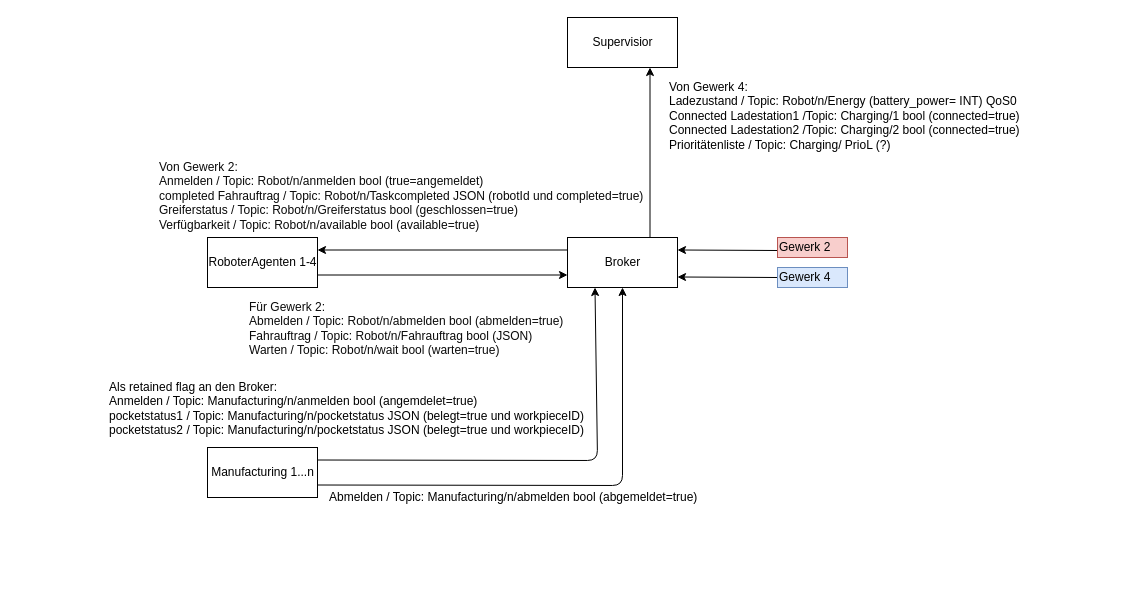
Above: Planung/MQTT.drawio in Nuramon4/Gewerk1 (draw.io), before the change. Source tidied: cells renumbered, new cells numbered last; positions are measured from the earlier drawing's top-left corner, leaving out a move shared by most shapes. Both pictures are drawn from the tidied source at 100%, with x=0, y=0 at pixel (107, 17).
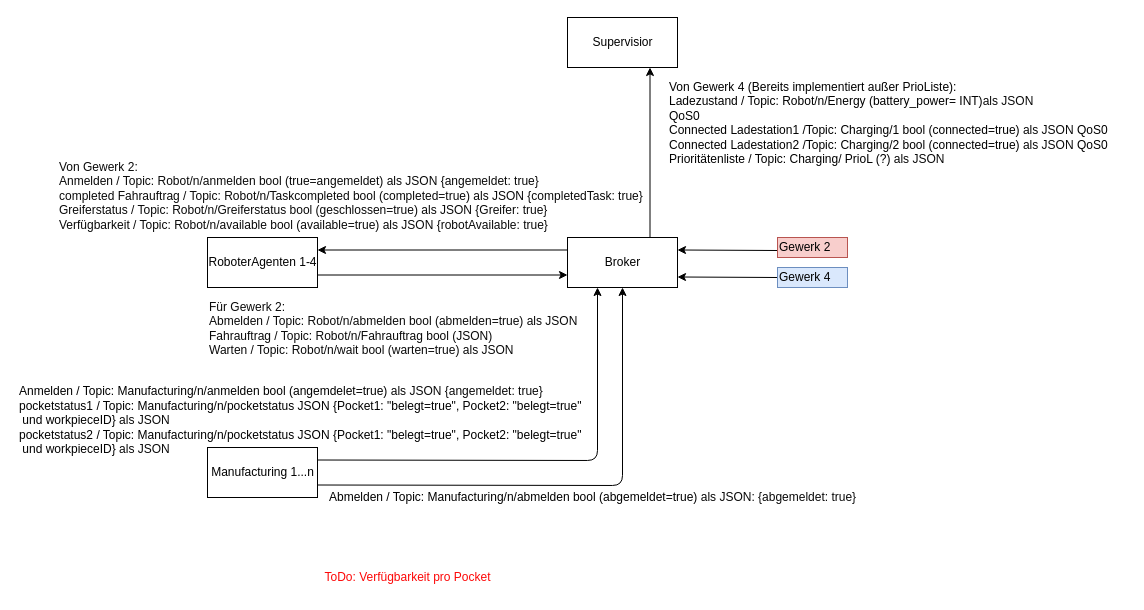
The same diagram, later.

Commit message (it also covers changes not shown here):
added code, update diagrams

The change refers to these unchanged cells:
```xml
<mxCell id="3" value="Broker" style="html=1;" parent="1" vertex="1">
  <mxGeometry x="460" y="220" width="110" height="50" as="geometry" />
</mxCell>
<mxCell id="8" value="Manufacturing 1...n" style="html=1;" parent="1" vertex="1">
  <mxGeometry x="100" y="430" width="110" height="50" as="geometry" />
</mxCell>
```

The edit, as a diff of the source:
```diff
@@
-    <mxCell id="5" value="&lt;font color=&quot;#0a0a0a&quot;&gt;Von Gewerk 2:&lt;br&gt;Anmelden / Topic: Robot/n/anmelden bool (true=angemeldet)&lt;br&gt;completed Fahrauftrag / Topic: Robot/n/Taskcompleted JSON (robotId und completed=true)&lt;br&gt;Greiferstatus / Topic: Robot/n/Greiferstatus bool (geschlossen=true)&lt;br&gt;Verfügbarkeit / Topic: Robot/n/available bool (available=true)&lt;/font&gt;" style="text;html=1;align=left;verticalAlign=top;spacingTop=-4;" parent="1" vertex="1">
-      <mxGeometry x="50" y="140" width="510" height="80" as="geometry" />
+    <mxCell id="5" value="&lt;font color=&quot;#0a0a0a&quot;&gt;Von Gewerk 2:&lt;br&gt;Anmelden / Topic: Robot/n/anmelden bool (true=angemeldet) als JSON&amp;nbsp;&lt;/font&gt;&lt;span style=&quot;color: rgb(10, 10, 10);&quot;&gt;{angemeldet: true}&lt;/span&gt;&lt;font color=&quot;#0a0a0a&quot;&gt;&lt;br&gt;completed Fahrauftrag / Topic: Robot/n/Taskcompleted bool (completed=true) als JSON&amp;nbsp;&lt;/font&gt;&lt;span style=&quot;color: rgb(10, 10, 10);&quot;&gt;{completedTask: true}&lt;/span&gt;&lt;font color=&quot;#0a0a0a&quot;&gt;&lt;br&gt;Greiferstatus / Topic: Robot/n/Greiferstatus bool (geschlossen=true)&amp;nbsp;&lt;/font&gt;&lt;span style=&quot;color: rgb(10, 10, 10);&quot;&gt;als JSON&amp;nbsp;&lt;/span&gt;&lt;span style=&quot;color: rgb(10, 10, 10);&quot;&gt;{Greifer: true}&lt;/span&gt;&lt;font color=&quot;#0a0a0a&quot;&gt;&lt;br&gt;Verfügbarkeit / Topic: Robot/n/available bool (available=true)&amp;nbsp;&lt;/font&gt;&lt;span style=&quot;color: rgb(10, 10, 10);&quot;&gt;als JSON&amp;nbsp;&lt;/span&gt;&lt;span style=&quot;color: rgb(10, 10, 10);&quot;&gt;{robotAvailable: true}&lt;/span&gt;" style="text;html=1;align=left;verticalAlign=top;spacingTop=-4;" parent="1" vertex="1">
+      <mxGeometry x="-50" y="140" width="610" height="80" as="geometry" />
     </mxCell>
@@
-    <mxCell id="7" value="&lt;font color=&quot;#0a0a0a&quot;&gt;Für Gewerk 2:&lt;br&gt;Abmelden / Topic: Robot/n/abmelden bool (abmelden=true)&lt;br&gt;Fahrauftrag / Topic: Robot/n/Fahrauftrag bool (JSON)&lt;br&gt;Warten / Topic: Robot/n/wait bool (warten=true)&lt;/font&gt;" style="text;html=1;align=left;verticalAlign=top;spacingTop=-4;" parent="1" vertex="1">
-      <mxGeometry x="140" y="280" width="340" height="70" as="geometry" />
+    <mxCell id="7" value="&lt;font color=&quot;#0a0a0a&quot;&gt;Für Gewerk 2:&lt;br&gt;Abmelden / Topic: Robot/n/abmelden bool (abmelden=true)&amp;nbsp;&lt;/font&gt;&lt;span style=&quot;color: rgb(10, 10, 10);&quot;&gt;als JSON&lt;/span&gt;&lt;font color=&quot;#0a0a0a&quot;&gt;&lt;br&gt;Fahrauftrag / Topic: Robot/n/Fahrauftrag bool (JSON)&amp;nbsp;&lt;br&gt;Warten / Topic: Robot/n/wait bool (warten=true)&amp;nbsp;&lt;/font&gt;&lt;span style=&quot;color: rgb(10, 10, 10);&quot;&gt;als JSON&lt;/span&gt;" style="text;html=1;align=left;verticalAlign=top;spacingTop=-4;" parent="1" vertex="1">
+      <mxGeometry x="100" y="280" width="390" height="70" as="geometry" />
     </mxCell>
@@
-    <mxCell id="9" style="endArrow=classic;html=1;entryX=0.25;entryY=1;entryDx=0;entryDy=0;exitX=1;exitY=0.25;exitDx=0;exitDy=0;" parent="1" edge="1" source="8" target="3">
+    <mxCell id="9" style="endArrow=classic;html=1;exitX=1;exitY=0.25;exitDx=0;exitDy=0;" parent="1" edge="1" source="8">
       <mxGeometry relative="1" as="geometry">
+        <mxPoint x="490" y="270" as="targetPoint" />
         <Array as="points">
           <mxPoint x="490" y="443" />
         </Array>
       </mxGeometry>
     </mxCell>
@@
-    <mxCell id="11" value="Als retained flag an den Broker:&lt;br&gt;Anmelden / Topic:&amp;nbsp;&lt;span style=&quot;text-align: center&quot;&gt;Manufacturing&lt;/span&gt;/n/anmelden bool (angemdelet=true)&lt;br&gt;pocketstatus1 / Topic:&amp;nbsp;&lt;span style=&quot;text-align: center&quot;&gt;Manufacturing&lt;/span&gt;/n/pocketstatus JSON (belegt=true und workpieceID)&lt;br&gt;pocketstatus2 / Topic:&amp;nbsp;&lt;span style=&quot;text-align: center&quot;&gt;Manufacturing&lt;/span&gt;/n/pocketstatus JSON (belegt=true und workpieceID)" style="text;html=1;align=left;verticalAlign=top;spacingTop=-4;" parent="1" vertex="1">
-      <mxGeometry y="360" width="500" height="70" as="geometry" />
+    <mxCell id="11" value="&lt;br&gt;Anmelden / Topic:&amp;nbsp;&lt;span style=&quot;text-align: center&quot;&gt;Manufacturing&lt;/span&gt;/n/anmelden bool (angemdelet=true)&amp;nbsp;&lt;span style=&quot;color: rgb(10, 10, 10);&quot;&gt;als JSON&amp;nbsp;&lt;/span&gt;&lt;span style=&quot;color: rgb(10, 10, 10);&quot;&gt;{angemeldet: true}&lt;/span&gt;&lt;br&gt;pocketstatus1 / Topic:&amp;nbsp;&lt;span style=&quot;text-align: center&quot;&gt;Manufacturing&lt;/span&gt;/n/pocketstatus JSON {Pocket1: &quot;belegt=true&quot;, Pocket2: &quot;belegt=true&quot;&lt;br&gt;&amp;nbsp;und workpieceID}&amp;nbsp;&lt;span style=&quot;color: rgb(10, 10, 10);&quot;&gt;als JSON&lt;/span&gt;&lt;br&gt;pocketstatus2 / Topic:&amp;nbsp;&lt;span style=&quot;text-align: center&quot;&gt;Manufacturing&lt;/span&gt;/n/pocketstatus JSON {Pocket1: &quot;belegt=true&quot;, Pocket2: &quot;belegt=true&quot;&lt;br style=&quot;border-color: var(--border-color);&quot;&gt;&amp;nbsp;und workpieceID}&amp;nbsp;&lt;span style=&quot;color: rgb(10, 10, 10);&quot;&gt;als JSON&lt;/span&gt;" style="text;html=1;align=left;verticalAlign=top;spacingTop=-4;" parent="1" vertex="1">
+      <mxGeometry x="-90" y="350" width="590" height="90" as="geometry" />
     </mxCell>
-    <mxCell id="12" value="Abmelden / Topic:&amp;nbsp;&lt;span style=&quot;text-align: center&quot;&gt;Manufacturing&lt;/span&gt;/n/abmelden bool (abgemeldet=true)" style="text;html=1;align=left;verticalAlign=top;spacingTop=-4;" parent="1" vertex="1">
-      <mxGeometry x="220" y="470" width="390" height="20" as="geometry" />
+    <mxCell id="12" value="Abmelden / Topic:&amp;nbsp;&lt;span style=&quot;text-align: center&quot;&gt;Manufacturing&lt;/span&gt;/n/abmelden bool (abgemeldet=true)&amp;nbsp;&lt;span style=&quot;color: rgb(10, 10, 10);&quot;&gt;als JSON: {abgemeldet: true}&lt;/span&gt;" style="text;html=1;align=left;verticalAlign=top;spacingTop=-4;" parent="1" vertex="1">
+      <mxGeometry x="220" y="470" width="550" height="20" as="geometry" />
     </mxCell>
@@
-    <mxCell id="15" value="Von Gewerk 4:&lt;br&gt;Ladezustand / Topic: Robot/n/Energy (battery_power= INT) QoS0&lt;br&gt;Connected Ladestation1 /Topic: Charging/1 bool (connected=true)&lt;br&gt;Connected Ladestation2 /Topic: Charging/2 bool (connected=true)&lt;br&gt;Prioritätenliste / Topic: Charging/ PrioL (?)" style="text;html=1;align=left;verticalAlign=top;spacingTop=-4;" parent="1" vertex="1">
-      <mxGeometry x="560" y="60" width="370" height="80" as="geometry" />
+    <mxCell id="15" value="Von Gewerk 4 (Bereits implementiert außer PrioListe):&lt;br&gt;Ladezustand / Topic: Robot/n/Energy (battery_power= INT)&lt;span style=&quot;color: rgb(10, 10, 10);&quot;&gt;als JSON&amp;nbsp;&lt;/span&gt;&lt;br&gt;QoS0&lt;br&gt;Connected Ladestation1 /Topic: Charging/1 bool (connected=true)&amp;nbsp;&lt;span style=&quot;color: rgb(10, 10, 10);&quot;&gt;als JSON&amp;nbsp;&lt;/span&gt;QoS0&lt;br&gt;Connected Ladestation2 /Topic: Charging/2 bool (connected=true)&amp;nbsp;&lt;span style=&quot;color: rgb(10, 10, 10);&quot;&gt;als JSON&amp;nbsp;&lt;/span&gt;QoS0&lt;br&gt;Prioritätenliste / Topic: Charging/ PrioL (?)&amp;nbsp;&lt;span style=&quot;color: rgb(10, 10, 10);&quot;&gt;als JSON&lt;/span&gt;" style="text;html=1;align=left;verticalAlign=top;spacingTop=-4;" parent="1" vertex="1">
+      <mxGeometry x="560" y="60" width="460" height="90" as="geometry" />
     </mxCell>
@@
+    <mxCell id="20" value="&lt;font color=&quot;#fd0808&quot;&gt;ToDo: Verfügbarkeit pro Pocket&lt;/font&gt;" style="text;html=1;align=center;verticalAlign=middle;strokeColor=none;fillColor=none;" parent="1" vertex="1">
+      <mxGeometry x="205" y="545" width="190" height="30" as="geometry" />
+    </mxCell>
```
